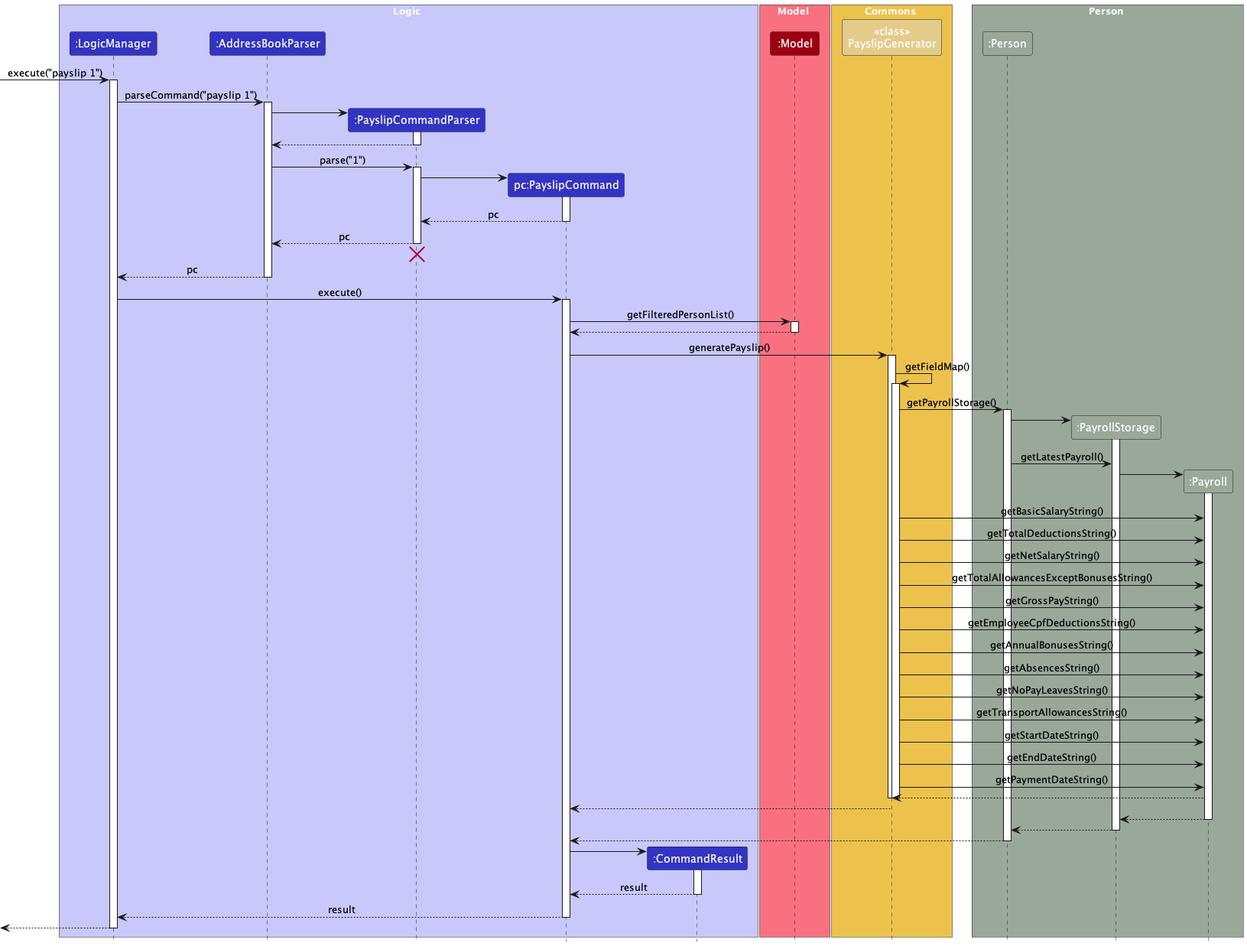
Above: docs/images/PayslipSequenceDiagram.png in nus-cs2103-AY2324S1/tp (PlantUML), before the change.
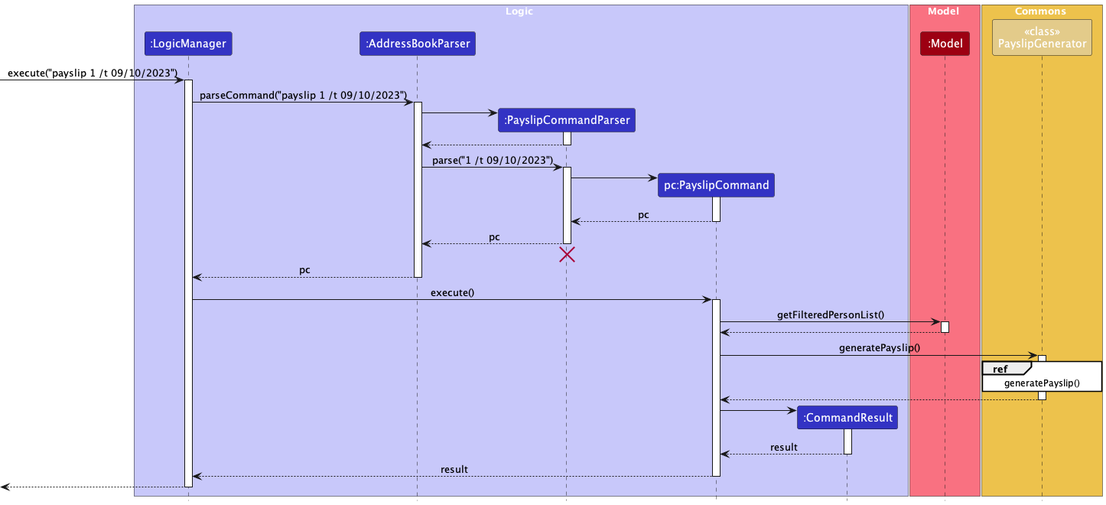
After the commit.

Diff of the diagram source:
```diff
@@ -1,6 +1,7 @@
 @startuml
 !include style.puml
 skinparam ArrowFontStyle plain
+skinparam sequenceReferenceBackgroundColor white
 
 box Logic LOGIC_COLOR_T1
 participant ":LogicManager" as LogicManager LOGIC_COLOR
@@ -18,16 +19,11 @@
 participant "<<class>>\nPayslipGenerator" as PayslipGenerator ATTENDANCE_COLOR
 end box
 
-box Person PERSON_COLOR
-participant ":Person" as Person PERSON_COLOR
-participant ":PayrollStorage" as PayrollStorage PERSON_COLOR
-participant ":Payroll" as Payroll PERSON_COLOR
-end box
 
-[-> LogicManager : execute("payslip 1")
+[-> LogicManager : execute("payslip 1 /t 09/10/2023")
 activate LogicManager
 
-LogicManager -> AddressBookParser : parseCommand("payslip 1")
+LogicManager -> AddressBookParser : parseCommand("payslip 1 /t 09/10/2023")
 activate AddressBookParser
 
 create PayslipCommandParser
@@ -37,7 +33,7 @@
 PayslipCommandParser --> AddressBookParser
 deactivate PayslipCommandParser
 
-AddressBookParser -> PayslipCommandParser : parse("1")
+AddressBookParser -> PayslipCommandParser : parse("1 /t 09/10/2023")
 activate PayslipCommandParser
 
 create PayslipCommand
@@ -66,50 +62,12 @@
 
 PayslipCommand -> PayslipGenerator : generatePayslip()
 activate PayslipGenerator
-PayslipGenerator -> PayslipGenerator : getFieldMap()
-activate PayslipGenerator
 
-PayslipGenerator -> Person : getPayrollStorage()
-activate Person
-create PayrollStorage
-Person -> PayrollStorage
-activate PayrollStorage
-
-Person -> PayrollStorage : getLatestPayroll()
-create Payroll
-PayrollStorage -> Payroll :
-activate Payroll
-
-PayslipGenerator -> Payroll : getBasicSalaryString()
-PayslipGenerator -> Payroll : getTotalDeductionsString()
-PayslipGenerator -> Payroll : getNetSalaryString()
-PayslipGenerator -> Payroll : getTotalAllowancesExceptBonusesString()
-PayslipGenerator -> Payroll : getGrossPayString()
-PayslipGenerator -> Payroll : getEmployeeCpfDeductionsString()
-PayslipGenerator -> Payroll : getAnnualBonusesString()
-PayslipGenerator -> Payroll : getAbsencesString()
-PayslipGenerator -> Payroll : getNoPayLeavesString()
-PayslipGenerator -> Payroll : getTransportAllowancesString()
-PayslipGenerator -> Payroll : getStartDateString()
-PayslipGenerator -> Payroll : getEndDateString()
-PayslipGenerator -> Payroll : getPaymentDateString()
-Payroll --> PayslipGenerator
-
-
-deactivate PayslipGenerator
-
-deactivate PayslipGenerator
+ref over PayslipGenerator: generatePayslip()
 
 PayslipGenerator --> PayslipCommand
 
-
-Payroll --> PayrollStorage :
-deactivate Payroll
-PayrollStorage --> Person :
-deactivate PayrollStorage
-
-Person --> PayslipCommand :
-deactivate Person
+deactivate PayslipGenerator
 
 create CommandResult
 PayslipCommand -> CommandResult
```
